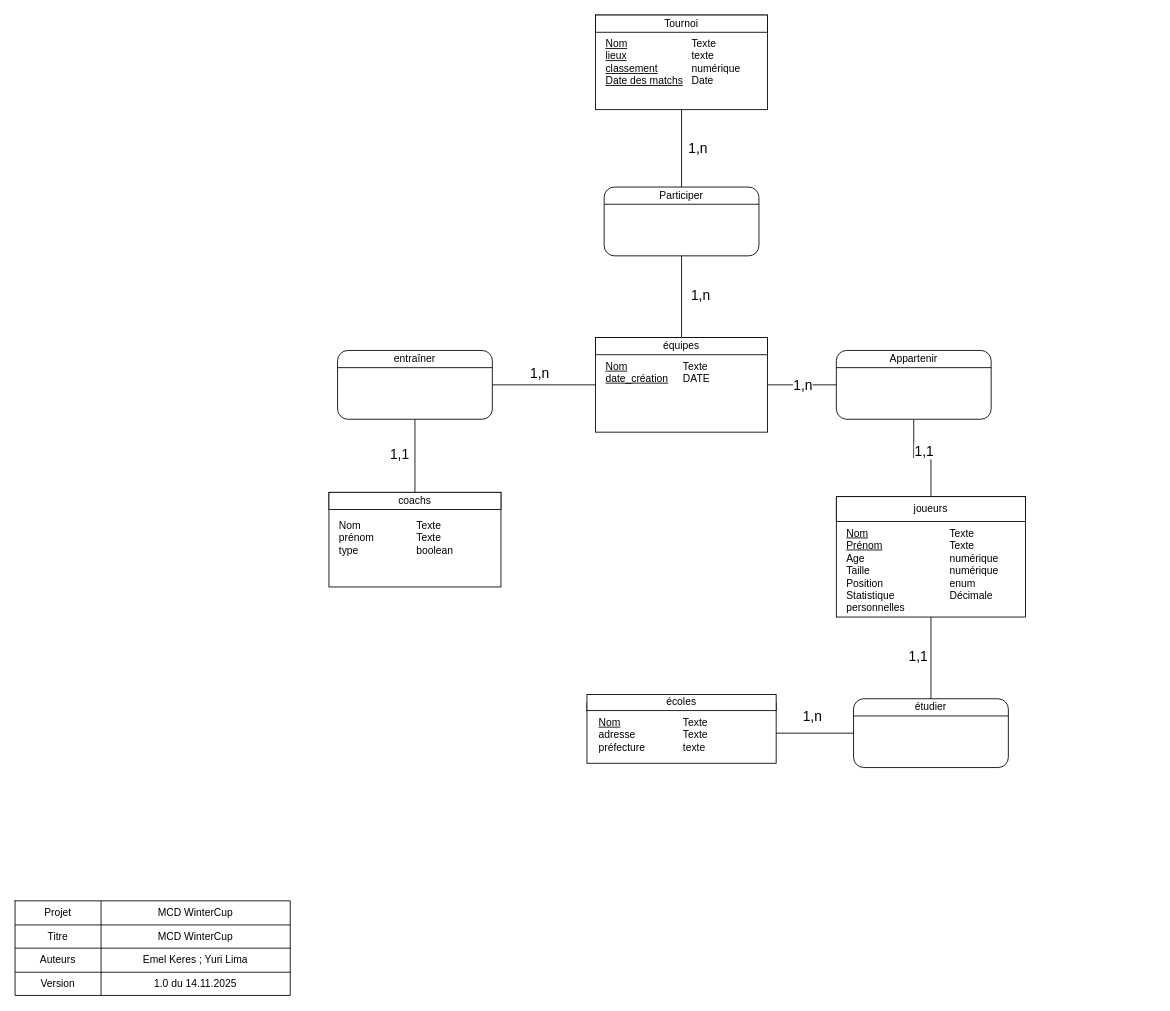
Above: mcd_WinterCup/MCD_WinterCup_EK_YL.drawio in yyl05/ProjDBPy_2025_WinterCup (draw.io), before the change. Source tidied: cells renumbered, new cells numbered last; positions are measured from the earlier drawing's top-left corner, leaving out a move shared by most shapes. Both pictures are drawn from the tidied source at 86%, with x=0, y=0 at pixel (15, 15).
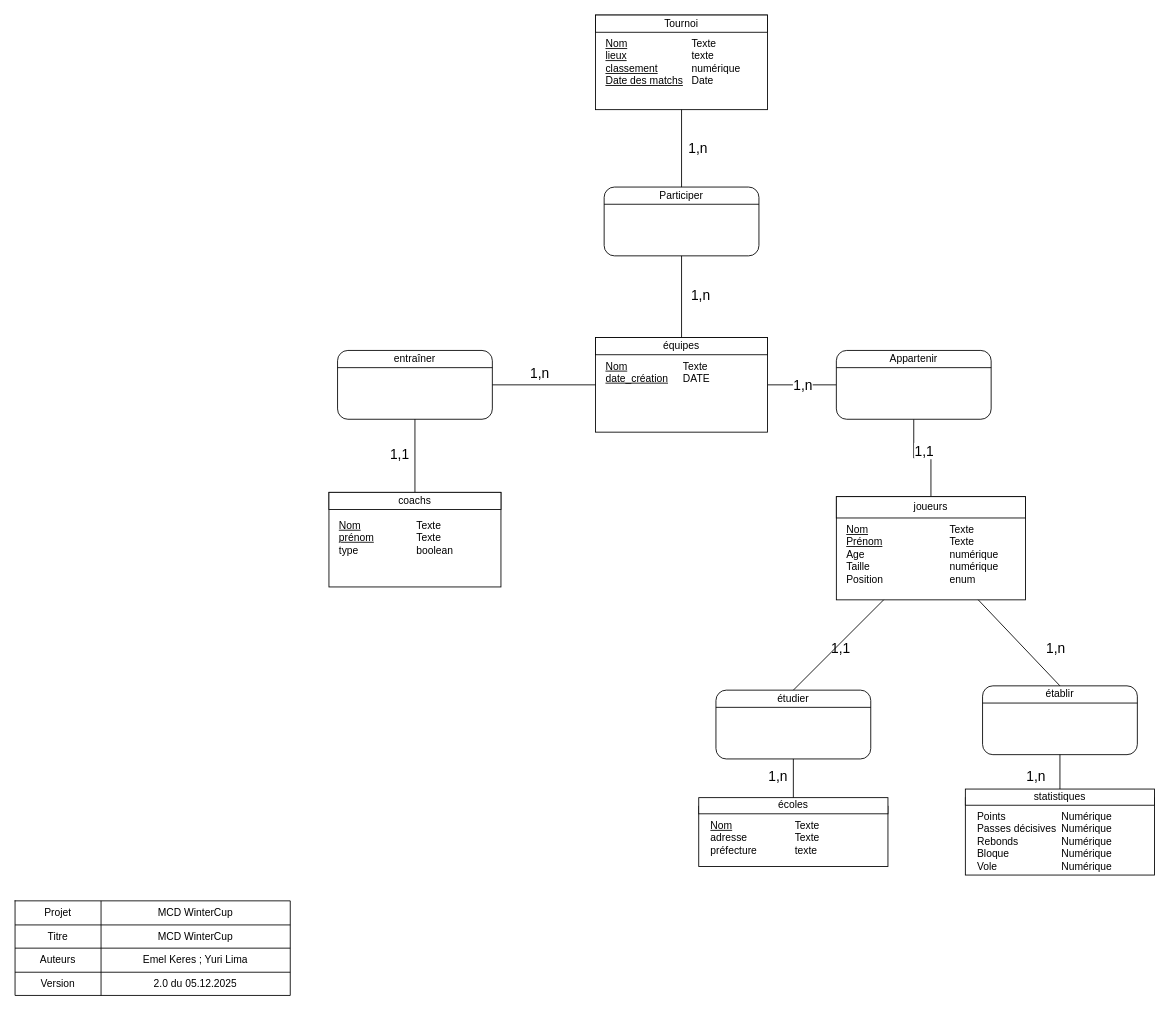
After the change.

Unchanged cells that the change refers to:
```xml
<mxCell id="21" value="&lt;div style=&quot;box-sizing: border-box ; width: 100% ; padding: 2px&quot;&gt;&lt;br&gt;&lt;/div&gt;" style="verticalAlign=top;align=center;overflow=fill;html=1;rounded=0;shadow=0;comic=0;labelBackgroundColor=none;strokeColor=#000000;strokeWidth=1;fillColor=#ffffff;fontFamily=Verdana;fontSize=12;fontColor=#000000;" parent="20" vertex="1">
  <mxGeometry width="220" height="70" as="geometry" />
</mxCell>
<mxCell id="22" value="écoles" style="rounded=0;whiteSpace=wrap;html=1;" parent="20" vertex="1">
  <mxGeometry y="-10" width="220" height="18.8" as="geometry" />
</mxCell>
<mxCell id="33" value="&lt;div style=&quot;box-sizing: border-box ; width: 100% ; padding: 2px&quot;&gt;&lt;br&gt;&lt;/div&gt;" style="verticalAlign=top;align=center;overflow=fill;html=1;rounded=1;shadow=0;comic=0;labelBackgroundColor=none;strokeColor=#000000;strokeWidth=1;fillColor=#ffffff;fontFamily=Verdana;fontSize=12;fontColor=#000000;" parent="32" vertex="1">
  <mxGeometry width="180" height="80" as="geometry" />
</mxCell>
<mxCell id="67" style="shape=partialRectangle;html=1;whiteSpace=wrap;fillColor=none;top=0;left=0;bottom=0;right=0;" parent="57" vertex="1">
  <mxGeometry y="83" width="320" height="27" as="geometry" />
</mxCell>
<mxCell id="71" style="group;" parent="70" vertex="1">
  <mxGeometry width="200" height="110" as="geometry" />
</mxCell>
```

Change to the diagram source:
```diff
@@
     <mxCell id="15" style="group;" parent="1" vertex="1">
-      <mxGeometry x="955" y="560" width="220" height="140" as="geometry" />
+      <mxGeometry x="955" y="560" width="220" height="120" as="geometry" />
     </mxCell>
     <mxCell id="16" value="&lt;div style=&quot;box-sizing: border-box ; width: 100% ; padding: 2px&quot;&gt;&lt;br&gt;&lt;/div&gt;" style="verticalAlign=top;align=center;overflow=fill;html=1;rounded=0;shadow=0;comic=0;labelBackgroundColor=none;strokeColor=#000000;strokeWidth=1;fillColor=#ffffff;fontFamily=Verdana;fontSize=12;fontColor=#000000;" parent="15" vertex="1">
-      <mxGeometry width="220" height="140" as="geometry" />
+      <mxGeometry width="220" height="120" as="geometry" />
     </mxCell>
     <mxCell id="17" value="joueurs" style="rounded=0;whiteSpace=wrap;html=1;" parent="15" vertex="1">
-      <mxGeometry width="220" height="28.9" as="geometry" />
+      <mxGeometry width="220" height="24.8" as="geometry" />
     </mxCell>
-    <mxCell id="18" value="&lt;font color=&quot;#000000&quot;&gt;&lt;u&gt;Nom&lt;/u&gt;&lt;/font&gt;&lt;div&gt;&lt;font color=&quot;#000000&quot;&gt;&lt;u&gt;Prénom&lt;/u&gt;&lt;/font&gt;&lt;/div&gt;&lt;div&gt;Age&lt;/div&gt;&lt;div&gt;Taille&lt;/div&gt;&lt;div&gt;Position&lt;/div&gt;&lt;div&gt;Statistique personnelles&lt;/div&gt;" style="text;html=1;strokeColor=none;fillColor=none;align=left;verticalAlign=top;whiteSpace=wrap;rounded=0;" parent="15" vertex="1">
-      <mxGeometry x="10" y="28.9" width="108.9" height="57.8" as="geometry" />
+    <mxCell id="18" value="&lt;font color=&quot;#000000&quot;&gt;&lt;u&gt;Nom&lt;/u&gt;&lt;/font&gt;&lt;div&gt;&lt;font color=&quot;#000000&quot;&gt;&lt;u&gt;Prénom&lt;/u&gt;&lt;/font&gt;&lt;/div&gt;&lt;div&gt;Age&lt;/div&gt;&lt;div&gt;Taille&lt;/div&gt;&lt;div&gt;Position&lt;/div&gt;&lt;div&gt;&lt;br&gt;&lt;/div&gt;" style="text;html=1;strokeColor=none;fillColor=none;align=left;verticalAlign=top;whiteSpace=wrap;rounded=0;" parent="15" vertex="1">
+      <mxGeometry x="10" y="24.8" width="108.9" height="49.5" as="geometry" />
     </mxCell>
-    <mxCell id="19" value="&lt;font color=&quot;#000000&quot;&gt;Texte&lt;/font&gt;&lt;div&gt;&lt;font color=&quot;#000000&quot;&gt;Texte&lt;/font&gt;&lt;/div&gt;&lt;div&gt;&lt;font color=&quot;#000000&quot;&gt;numérique&lt;/font&gt;&lt;/div&gt;&lt;div&gt;&lt;font color=&quot;#000000&quot;&gt;numérique&lt;/font&gt;&lt;/div&gt;&lt;div&gt;enum&lt;/div&gt;&lt;div&gt;Décimale&lt;/div&gt;" style="text;html=1;strokeColor=none;fillColor=none;align=left;verticalAlign=top;whiteSpace=wrap;rounded=0;" parent="15" vertex="1">
-      <mxGeometry x="130" y="28.9" width="90" height="72.2" as="geometry" />
+    <mxCell id="19" value="&lt;font color=&quot;#000000&quot;&gt;Texte&lt;/font&gt;&lt;div&gt;&lt;font color=&quot;#000000&quot;&gt;Texte&lt;/font&gt;&lt;/div&gt;&lt;div&gt;&lt;font color=&quot;#000000&quot;&gt;numérique&lt;/font&gt;&lt;/div&gt;&lt;div&gt;&lt;font color=&quot;#000000&quot;&gt;numérique&lt;/font&gt;&lt;/div&gt;&lt;div&gt;enum&lt;/div&gt;&lt;div&gt;&lt;br&gt;&lt;/div&gt;" style="text;html=1;strokeColor=none;fillColor=none;align=left;verticalAlign=top;whiteSpace=wrap;rounded=0;" parent="15" vertex="1">
+      <mxGeometry x="130" y="24.8" width="90" height="61.9" as="geometry" />
     </mxCell>
     <mxCell id="20" style="group;" parent="1" vertex="1">
-      <mxGeometry x="665" y="800" width="220" height="70" as="geometry" />
+      <mxGeometry x="795" y="920" width="220" height="70" as="geometry" />
     </mxCell>
@@
     <mxCell id="30" value="1,n" style="text;html=1;align=center;verticalAlign=middle;labelBackgroundColor=#ffffff;direction=south;fontSize=16;" parent="1" vertex="1">
-      <mxGeometry x="895" y="800" as="geometry">
+      <mxGeometry x="855" y="870" as="geometry">
         <mxPoint x="31" y="14" as="offset" />
       </mxGeometry>
     </mxCell>
     <mxCell id="31" value="1,1" style="text;html=1;align=center;verticalAlign=middle;labelBackgroundColor=#ffffff;fontSize=16;" parent="1" vertex="1">
-      <mxGeometry x="1075" y="740" as="geometry">
+      <mxGeometry x="985" y="730" as="geometry">
         <mxPoint x="-26" y="5" as="offset" />
       </mxGeometry>
     </mxCell>
     <mxCell id="32" style="group;" parent="1" vertex="1">
-      <mxGeometry x="975" y="795" width="180" height="80" as="geometry" />
+      <mxGeometry x="815" y="785" width="180" height="80" as="geometry" />
     </mxCell>
@@
-    <mxCell id="36" style="endArrow=none;html=1;entryX=0.5;entryY=1;entryDx=0;entryDy=0;exitX=0.5;exitY=0;exitDx=0;exitDy=0;" parent="1" edge="1" source="33" target="16">
+    <mxCell id="36" style="endArrow=none;html=1;exitX=0.5;exitY=0;exitDx=0;exitDy=0;entryX=0.25;entryY=1;entryDx=0;entryDy=0;" parent="1" edge="1" source="33" target="16">
       <mxGeometry relative="1" as="geometry" />
     </mxCell>
-    <mxCell id="37" style="endArrow=none;html=1;exitX=1;exitY=0.5;exitDx=0;exitDy=0;entryX=0;entryY=0.5;entryDx=0;entryDy=0;" parent="1" edge="1" source="21" target="33">
+    <mxCell id="37" style="endArrow=none;html=1;exitX=0.5;exitY=0;exitDx=0;exitDy=0;entryX=0.5;entryY=1;entryDx=0;entryDy=0;" parent="1" edge="1" source="22" target="33">
       <mxGeometry relative="1" as="geometry" />
     </mxCell>
@@
-    <mxCell id="69" value="1.0 du 14.11.2025" style="shape=partialRectangle;html=1;whiteSpace=wrap;overflow=hidden;fillColor=none;top=0;left=0;bottom=0;right=0;" parent="67" vertex="1">
+    <mxCell id="69" value="2.0 du 05.12.2025" style="shape=partialRectangle;html=1;whiteSpace=wrap;overflow=hidden;fillColor=none;top=0;left=0;bottom=0;right=0;" parent="67" vertex="1">
       <mxGeometry x="100" width="220" height="27" as="geometry" />
     </mxCell>
@@
-    <mxCell id="74" value="Nom&lt;br&gt;prénom&lt;br&gt;type" style="text;html=1;strokeColor=none;fillColor=none;align=left;verticalAlign=top;whiteSpace=wrap;rounded=0;" parent="71" vertex="1">
+    <mxCell id="74" value="&lt;u&gt;Nom&lt;br&gt;prénom&lt;br&gt;&lt;/u&gt;type" style="text;html=1;strokeColor=none;fillColor=none;align=left;verticalAlign=top;whiteSpace=wrap;rounded=0;" parent="71" vertex="1">
       <mxGeometry x="10" y="20" width="90" height="70" as="geometry" />
     </mxCell>
@@
+    <mxCell id="76" style="group;" parent="1" vertex="1">
+      <mxGeometry x="1105" y="910" width="220" height="90" as="geometry" />
+    </mxCell>
+    <mxCell id="77" value="&lt;div style=&quot;box-sizing: border-box ; width: 100% ; padding: 2px&quot;&gt;&lt;br&gt;&lt;/div&gt;" style="verticalAlign=top;align=center;overflow=fill;html=1;rounded=0;shadow=0;comic=0;labelBackgroundColor=none;strokeColor=#000000;strokeWidth=1;fillColor=#ffffff;fontFamily=Verdana;fontSize=12;fontColor=#000000;" parent="76" vertex="1">
+      <mxGeometry width="220" height="90" as="geometry" />
+    </mxCell>
+    <mxCell id="78" value="statistiques" style="rounded=0;whiteSpace=wrap;html=1;" parent="76" vertex="1">
+      <mxGeometry y="-10" width="220" height="18.8" as="geometry" />
+    </mxCell>
+    <mxCell id="79" value="&lt;font color=&quot;#000000&quot;&gt;Points&lt;br&gt;Passes décisives&lt;br&gt;Rebonds&lt;br&gt;Bloque&lt;br&gt;Vole&lt;br&gt;&lt;/font&gt;" style="text;html=1;strokeColor=none;fillColor=none;align=left;verticalAlign=top;whiteSpace=wrap;rounded=0;" parent="76" vertex="1">
+      <mxGeometry x="12.1" y="8.8" width="97.9" height="26.2" as="geometry" />
+    </mxCell>
+    <mxCell id="80" value="&lt;font color=&quot;#000000&quot;&gt;Numérique&lt;br&gt;&lt;/font&gt;Numérique&lt;br&gt;Numérique&lt;br&gt;Numérique&lt;br&gt;Numérique&lt;font color=&quot;#000000&quot;&gt;&lt;br&gt;&lt;/font&gt;" style="text;html=1;strokeColor=none;fillColor=none;align=left;verticalAlign=top;whiteSpace=wrap;rounded=0;" parent="76" vertex="1">
+      <mxGeometry x="110" y="8.8" width="99" height="21.9" as="geometry" />
+    </mxCell>
+    <mxCell id="81" style="edgeStyle=orthogonalEdgeStyle;rounded=0;orthogonalLoop=1;jettySize=auto;html=1;exitX=0.5;exitY=1;exitDx=0;exitDy=0;" parent="76" edge="1" source="78" target="78">
+      <mxGeometry relative="1" as="geometry" />
+    </mxCell>
+    <mxCell id="82" value="1,n" style="text;html=1;align=center;verticalAlign=middle;labelBackgroundColor=#ffffff;direction=south;fontSize=16;" parent="1" vertex="1">
+      <mxGeometry x="1155" y="870" as="geometry">
+        <mxPoint x="31" y="14" as="offset" />
+      </mxGeometry>
+    </mxCell>
+    <mxCell id="83" value="1,n" style="text;html=1;align=center;verticalAlign=middle;labelBackgroundColor=#ffffff;fontSize=16;" parent="1" vertex="1">
+      <mxGeometry x="1235" y="730" as="geometry">
+        <mxPoint x="-26" y="5" as="offset" />
+      </mxGeometry>
+    </mxCell>
+    <mxCell id="84" style="group;" parent="1" vertex="1">
+      <mxGeometry x="1125" y="780" width="180" height="80" as="geometry" />
+    </mxCell>
+    <mxCell id="85" value="&lt;div style=&quot;box-sizing: border-box ; width: 100% ; padding: 2px&quot;&gt;&lt;br&gt;&lt;/div&gt;" style="verticalAlign=top;align=center;overflow=fill;html=1;rounded=1;shadow=0;comic=0;labelBackgroundColor=none;strokeColor=#000000;strokeWidth=1;fillColor=#ffffff;fontFamily=Verdana;fontSize=12;fontColor=#000000;" parent="84" vertex="1">
+      <mxGeometry width="180" height="80" as="geometry" />
+    </mxCell>
+    <mxCell id="86" style="endArrow=none;html=1;entryX=1;entryY=0.25;entryDx=0;entryDy=0;exitX=0;exitY=0.25;exitDx=0;exitDy=0;" parent="84" edge="1" source="85" target="85">
+      <mxGeometry relative="1" as="geometry" />
+    </mxCell>
+    <mxCell id="87" value="établir" style="text;html=1;strokeColor=none;fillColor=none;align=center;verticalAlign=middle;whiteSpace=wrap;rounded=0;" parent="84" vertex="1">
+      <mxGeometry x="21" width="138" height="20" as="geometry" />
+    </mxCell>
+    <mxCell id="88" style="endArrow=none;html=1;exitX=0.5;exitY=0;exitDx=0;exitDy=0;entryX=0.5;entryY=1;entryDx=0;entryDy=0;" parent="1" edge="1" source="78" target="85">
+      <mxGeometry relative="1" as="geometry" />
+    </mxCell>
+    <mxCell id="89" style="endArrow=none;html=1;entryX=0.75;entryY=1;entryDx=0;entryDy=0;exitX=0.5;exitY=0;exitDx=0;exitDy=0;" parent="1" edge="1" source="87" target="16">
+      <mxGeometry relative="1" as="geometry" />
+    </mxCell>
```
